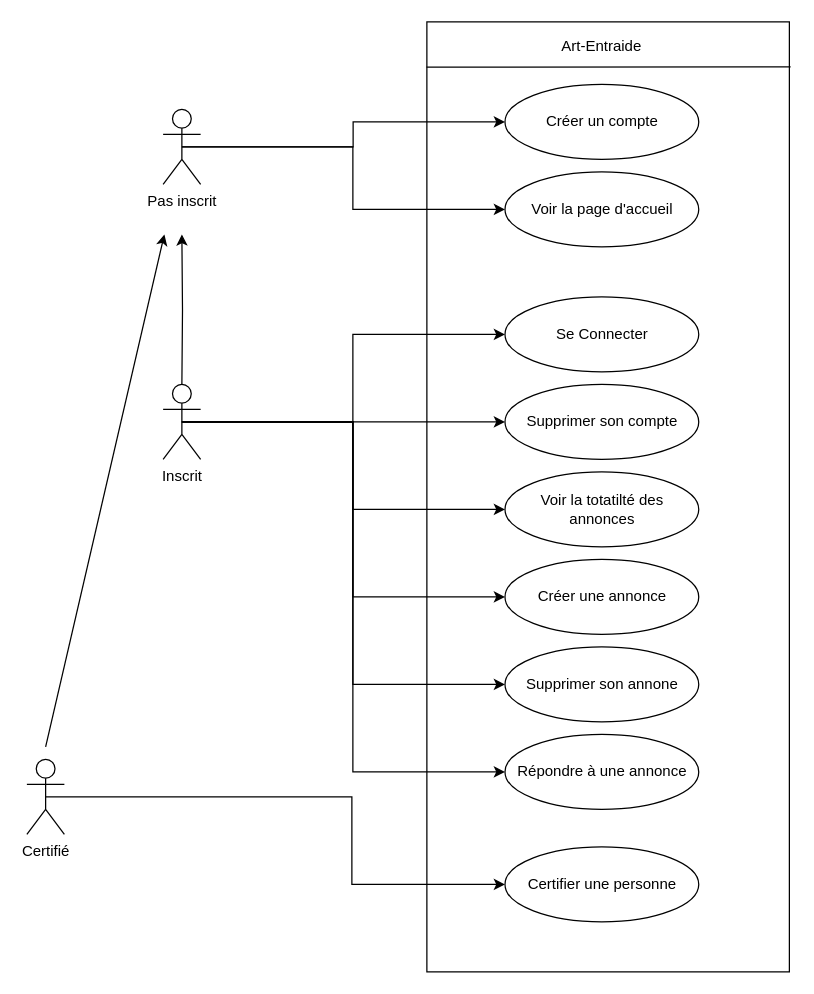
Above: Conception/DCU.drawio in SkavenWannabe/ArtEntraide (draw.io), before the change. Source tidied: cells renumbered, new cells numbered last; positions are measured from the earlier drawing's top-left corner, leaving out a move shared by most shapes. Both pictures are drawn from the tidied source at 125%, with x=0, y=0 at pixel (26, 21).
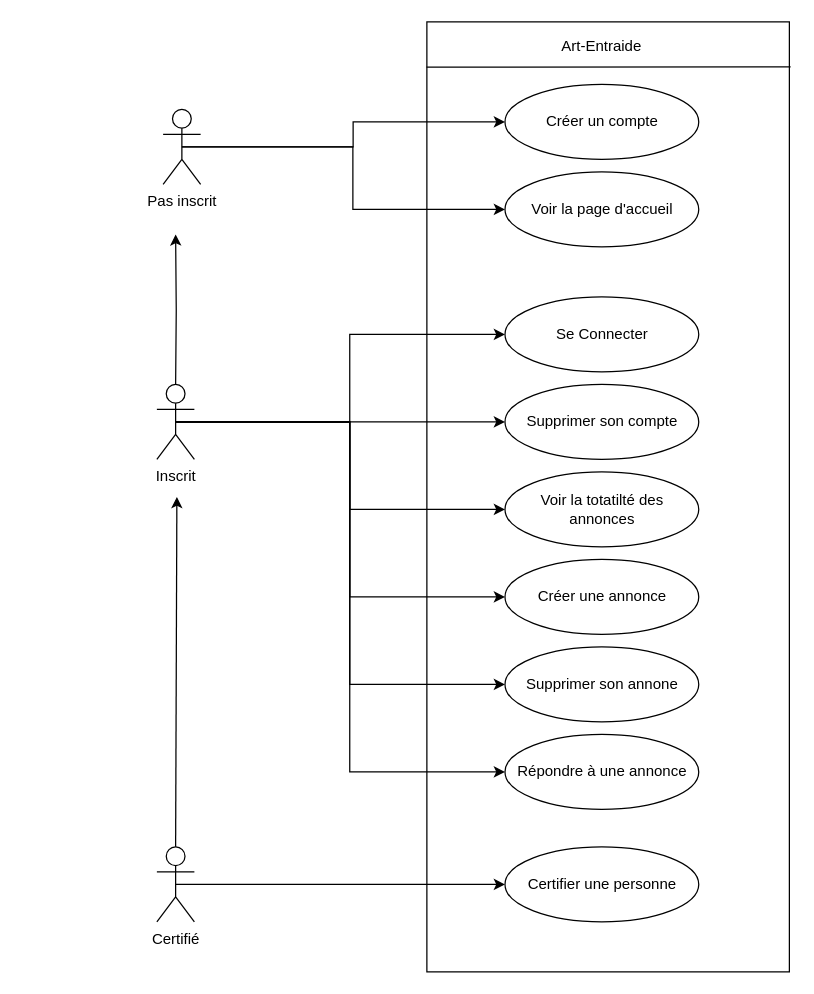
The same page after the edit.

Unchanged cells that the change refers to:
```xml
<mxCell id="24" value="Certifier une personne" style="ellipse;whiteSpace=wrap;html=1;" parent="1" vertex="1">
  <mxGeometry x="382.5" y="660" width="155" height="60" as="geometry" />
</mxCell>
```

Change to the diagram source:
```diff
@@
     <mxCell id="19" value="&lt;div&gt;Inscrit&lt;/div&gt;&lt;div&gt;&lt;br&gt;&lt;/div&gt;" style="shape=umlActor;verticalLabelPosition=bottom;verticalAlign=top;html=1;outlineConnect=0;" parent="1" vertex="1">
-      <mxGeometry x="109" y="290" width="30" height="60" as="geometry" />
+      <mxGeometry x="104" y="290" width="30" height="60" as="geometry" />
     </mxCell>
@@
     <mxCell id="22" style="edgeStyle=orthogonalEdgeStyle;rounded=0;sketch=0;jettySize=auto;html=1;exitX=0.5;exitY=0.5;exitDx=0;exitDy=0;exitPerimeter=0;shadow=0;startArrow=none;startFill=0;endArrow=classic;endFill=1;" parent="1" edge="1" source="23" target="24">
       <mxGeometry relative="1" as="geometry">
         <Array as="points">
-          <mxPoint x="260" y="620" />
-          <mxPoint x="260" y="690" />
+          <mxPoint x="220" y="690" />
+          <mxPoint x="220" y="690" />
         </Array>
       </mxGeometry>
     </mxCell>
     <mxCell id="23" value="&lt;div&gt;Certifié&lt;/div&gt;&lt;div&gt;&lt;br&gt;&lt;/div&gt;" style="shape=umlActor;verticalLabelPosition=bottom;verticalAlign=top;html=1;outlineConnect=0;" parent="1" vertex="1">
-      <mxGeometry y="590" width="30" height="60" as="geometry" />
+      <mxGeometry x="104" y="660" width="30" height="60" as="geometry" />
     </mxCell>
@@
-    <mxCell id="26" style="endArrow=classic;html=1;shadow=0;" parent="1" edge="1">
+    <mxCell id="26" style="endArrow=classic;html=1;shadow=0;exitX=0.5;exitY=0;exitDx=0;exitDy=0;exitPerimeter=0;" parent="1" edge="1" source="23">
       <mxGeometry relative="1" as="geometry">
-        <mxPoint x="15" y="580" as="sourcePoint" />
-        <mxPoint x="110" y="170" as="targetPoint" />
+        <mxPoint x="120" y="380" as="targetPoint" />
       </mxGeometry>
     </mxCell>
     <mxCell id="27" style="edgeStyle=orthogonalEdgeStyle;rounded=0;jettySize=auto;html=1;startArrow=classic;startFill=1;endArrow=none;endFill=0;" parent="1" edge="1" target="19">
       <mxGeometry relative="1" as="geometry">
-        <mxPoint x="124" y="170" as="sourcePoint" />
+        <mxPoint x="119" y="170" as="sourcePoint" />
       </mxGeometry>
     </mxCell>
```
